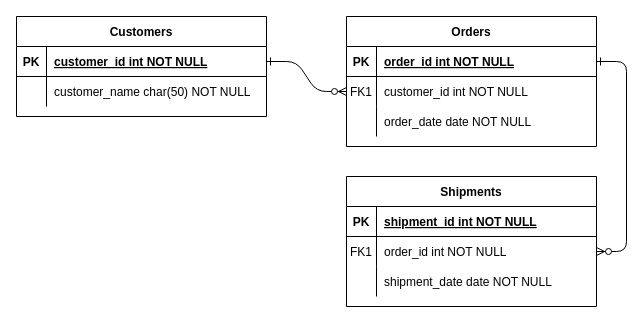
dcv-k/drawio keeps this draw.io diagram as ecommerce.drawio. Above is the earlier version. Source tidied: cells renumbered, new cells numbered last; positions are measured from the earlier drawing's top-left corner, leaving out a move shared by most shapes. Both pictures are drawn from the tidied source at 100%, with x=0, y=0 at pixel (16, 16).
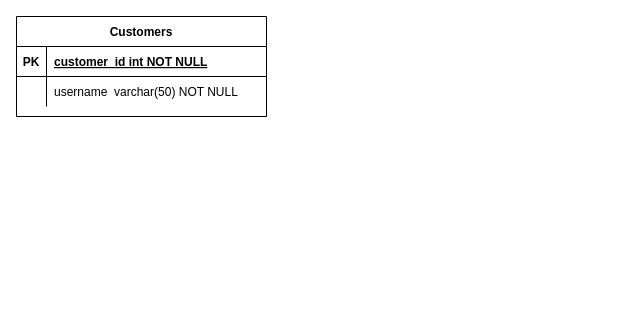
The same page after the edit.

The change refers to these unchanged cells:
```xml
<mxCell id="25" style="shape=partialRectangle;fillColor=none;points=[[0,0.5],[1,0.5]];portConstraint=eastwest;top=0;left=0;right=0;bottom=1;" parent="24" vertex="1">
  <mxGeometry y="30" width="250" height="30" as="geometry" />
</mxCell>
<mxCell id="28" style="shape=partialRectangle;fillColor=none;top=0;left=0;right=0;bottom=0;" parent="24" vertex="1">
  <mxGeometry y="60" width="250" height="30" as="geometry" />
</mxCell>
```

Diff of the diagram source:
```diff
@@
-    <mxCell id="2" style="edgeStyle=entityRelationEdgeStyle;endArrow=ERzeroToMany;startArrow=ERone;endFill=1;startFill=0;" parent="1" edge="1" source="25" target="8">
-      <mxGeometry relative="1" as="geometry" />
-    </mxCell>
-    <mxCell id="3" style="edgeStyle=entityRelationEdgeStyle;endArrow=ERzeroToMany;startArrow=ERone;endFill=1;startFill=0;" parent="1" edge="1" source="5" target="18">
-      <mxGeometry relative="1" as="geometry" />
-    </mxCell>
-    <mxCell id="4" value="Orders" style="shape=table;startSize=30;childLayout=tableLayout;rowLines=0;fontStyle=1;align=center;" parent="1" vertex="1">
-      <mxGeometry x="330" width="250" height="130" as="geometry" />
-    </mxCell>
-    <mxCell id="5" style="shape=partialRectangle;fillColor=none;points=[[0,0.5],[1,0.5]];portConstraint=eastwest;top=0;left=0;right=0;bottom=1;" parent="4" vertex="1">
-      <mxGeometry y="30" width="250" height="30" as="geometry" />
-    </mxCell>
-    <mxCell id="6" value="PK" style="shape=partialRectangle;overflow=hidden;fillColor=none;top=0;left=0;bottom=0;right=0;fontStyle=1;" parent="5" vertex="1">
-      <mxGeometry width="30" height="30" as="geometry" />
-    </mxCell>
-    <mxCell id="7" value="order_id int NOT NULL " style="shape=partialRectangle;overflow=hidden;fillColor=none;top=0;left=0;bottom=0;right=0;align=left;spacingLeft=6;fontStyle=5;" parent="5" vertex="1">
-      <mxGeometry x="30" width="220" height="30" as="geometry" />
-    </mxCell>
-    <mxCell id="8" style="shape=partialRectangle;fillColor=none;points=[[0,0.5],[1,0.5]];portConstraint=eastwest;top=0;left=0;right=0;bottom=0;" parent="4" vertex="1">
-      <mxGeometry y="60" width="250" height="30" as="geometry" />
-    </mxCell>
-    <mxCell id="9" value="FK1" style="shape=partialRectangle;overflow=hidden;fillColor=none;top=0;left=0;bottom=0;right=0;" parent="8" vertex="1">
-      <mxGeometry width="30" height="30" as="geometry" />
-    </mxCell>
-    <mxCell id="10" value="customer_id int NOT NULL" style="shape=partialRectangle;overflow=hidden;fillColor=none;top=0;left=0;bottom=0;right=0;align=left;spacingLeft=6;" parent="8" vertex="1">
-      <mxGeometry x="30" width="220" height="30" as="geometry" />
-    </mxCell>
-    <mxCell id="11" style="shape=partialRectangle;fillColor=none;top=0;left=0;right=0;bottom=0;" parent="4" vertex="1">
-      <mxGeometry y="90" width="250" height="30" as="geometry" />
-    </mxCell>
-    <mxCell id="12" style="shape=partialRectangle;overflow=hidden;fillColor=none;top=0;left=0;bottom=0;right=0;" parent="11" vertex="1">
-      <mxGeometry width="30" height="30" as="geometry" />
-    </mxCell>
-    <mxCell id="13" value="order_date date NOT NULL" style="shape=partialRectangle;overflow=hidden;fillColor=none;top=0;left=0;bottom=0;right=0;align=left;spacingLeft=6;" parent="11" vertex="1">
-      <mxGeometry x="30" width="220" height="30" as="geometry" />
-    </mxCell>
-    <mxCell id="14" value="Shipments" style="shape=table;startSize=30;childLayout=tableLayout;rowLines=0;fontStyle=1;align=center;" parent="1" vertex="1">
-      <mxGeometry x="330" y="160" width="250" height="130" as="geometry" />
-    </mxCell>
-    <mxCell id="15" style="shape=partialRectangle;fillColor=none;top=0;left=0;right=0;bottom=1;" parent="14" vertex="1">
-      <mxGeometry y="30" width="250" height="30" as="geometry" />
-    </mxCell>
-    <mxCell id="16" value="PK" style="shape=partialRectangle;overflow=hidden;fillColor=none;top=0;left=0;bottom=0;right=0;fontStyle=1;" parent="15" vertex="1">
-      <mxGeometry width="30" height="30" as="geometry" />
-    </mxCell>
-    <mxCell id="17" value="shipment_id int NOT NULL " style="shape=partialRectangle;overflow=hidden;fillColor=none;top=0;left=0;bottom=0;right=0;align=left;spacingLeft=6;fontStyle=5;" parent="15" vertex="1">
-      <mxGeometry x="30" width="220" height="30" as="geometry" />
-    </mxCell>
-    <mxCell id="18" style="shape=partialRectangle;fillColor=none;points=[[0,0.5],[1,0.5]];portConstraint=eastwest;top=0;left=0;right=0;bottom=0;" parent="14" vertex="1">
-      <mxGeometry y="60" width="250" height="30" as="geometry" />
-    </mxCell>
-    <mxCell id="19" value="FK1" style="shape=partialRectangle;overflow=hidden;fillColor=none;top=0;left=0;bottom=0;right=0;" parent="18" vertex="1">
-      <mxGeometry width="30" height="30" as="geometry" />
-    </mxCell>
-    <mxCell id="20" value="order_id int NOT NULL" style="shape=partialRectangle;overflow=hidden;fillColor=none;top=0;left=0;bottom=0;right=0;align=left;spacingLeft=6;" parent="18" vertex="1">
-      <mxGeometry x="30" width="220" height="30" as="geometry" />
-    </mxCell>
-    <mxCell id="21" style="shape=partialRectangle;fillColor=none;top=0;left=0;right=0;bottom=0;" parent="14" vertex="1">
-      <mxGeometry y="90" width="250" height="30" as="geometry" />
-    </mxCell>
-    <mxCell id="22" style="shape=partialRectangle;overflow=hidden;fillColor=none;top=0;left=0;bottom=0;right=0;" parent="21" vertex="1">
-      <mxGeometry width="30" height="30" as="geometry" />
-    </mxCell>
-    <mxCell id="23" value="shipment_date date NOT NULL" style="shape=partialRectangle;overflow=hidden;fillColor=none;top=0;left=0;bottom=0;right=0;align=left;spacingLeft=6;" parent="21" vertex="1">
-      <mxGeometry x="30" width="220" height="30" as="geometry" />
-    </mxCell>
@@
-    <mxCell id="30" value="customer_name char(50) NOT NULL" style="shape=partialRectangle;overflow=hidden;fillColor=none;top=0;left=0;bottom=0;right=0;align=left;spacingLeft=6;" parent="28" vertex="1">
+    <mxCell id="30" value="username  varchar(50) NOT NULL" style="shape=partialRectangle;overflow=hidden;fillColor=none;top=0;left=0;bottom=0;right=0;align=left;spacingLeft=6;" parent="28" vertex="1">
       <mxGeometry x="30" width="220" height="30" as="geometry" />
     </mxCell>
```
